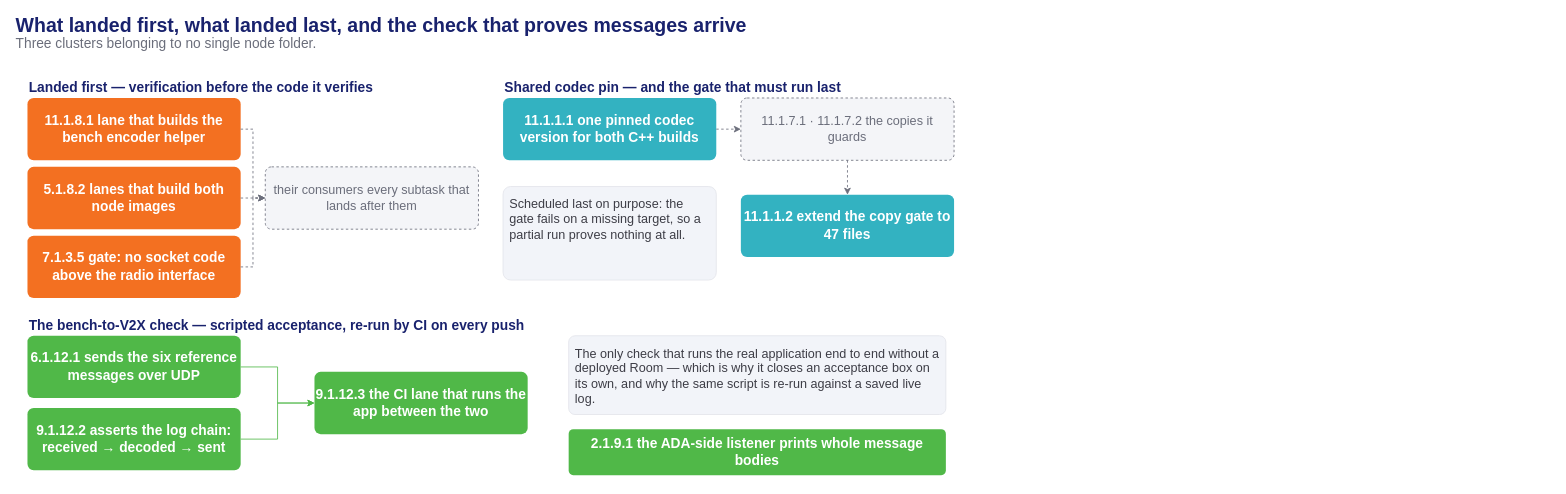
Earlier version of the draw.io diagram presentation/assets/phase1-exec-ci-and-checks.drawio (mnpham2101/FPT-Hackathon2026). Source tidied: cells renumbered, new cells numbered last; positions are measured from the earlier drawing's top-left corner, leaving out a move shared by most shapes. Both pictures are drawn from the tidied source at 82%, with x=0, y=0 at pixel (14, 17).
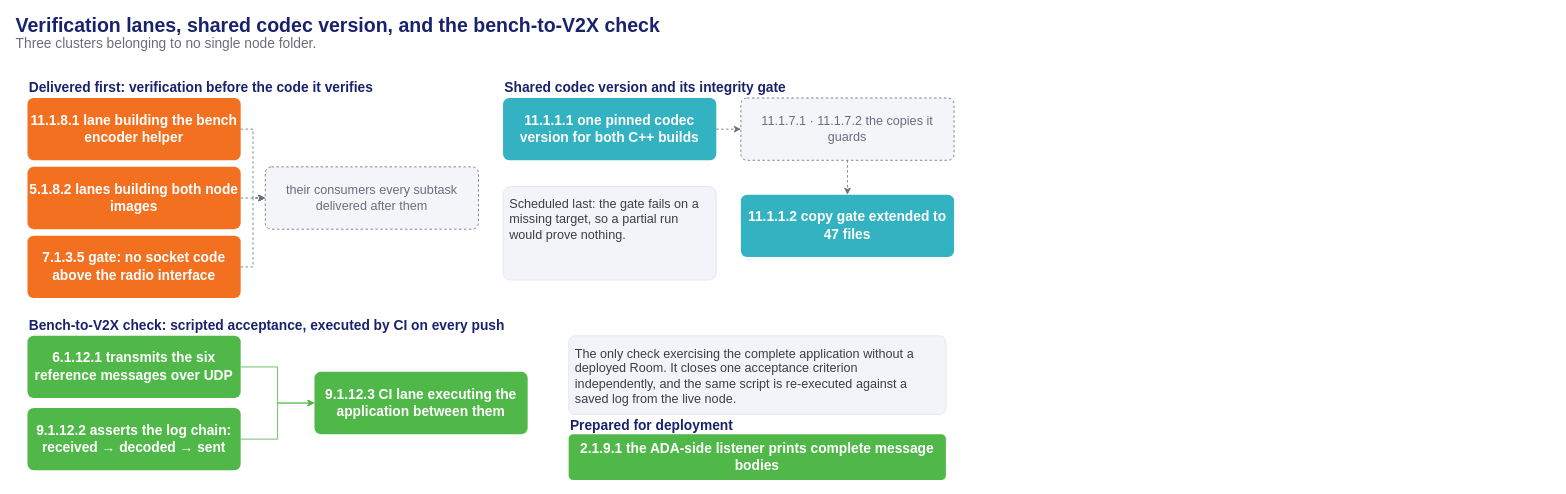
The same diagram, later.

Change to the diagram source:
```diff
@@
-    <mxCell id="2" value="What landed first, what landed last, and the check that proves messages arrive" style="text;html=1;align=left;verticalAlign=middle;fontSize=23.8;fontColor=#19226D;fontStyle=1;" parent="1" vertex="1">
+    <mxCell id="2" value="Verification lanes, shared codec version, and the bench-to-V2X check" style="text;html=1;align=left;verticalAlign=middle;fontSize=23.8;fontColor=#19226D;fontStyle=1;" parent="1" vertex="1">
       <mxGeometry width="1152" height="20" as="geometry" />
     </mxCell>
@@
-    <mxCell id="4" value="Landed first — verification before the code it verifies" style="text;html=1;align=left;verticalAlign=middle;fontSize=16.8;fontColor=#19226D;fontStyle=1;" parent="1" vertex="1">
+    <mxCell id="4" value="Delivered first: verification before the code it verifies" style="text;html=1;align=left;verticalAlign=middle;fontSize=16.8;fontColor=#19226D;fontStyle=1;" parent="1" vertex="1">
       <mxGeometry x="16" y="76" width="1200" height="20" as="geometry" />
     </mxCell>
-    <mxCell id="5" value="11.1.8.1 lane that builds the bench encoder helper" style="rounded=1;arcSize=10;html=1;fillColor=#F37021;strokeColor=none;fontColor=#ffffff;fontSize=16.8;fontStyle=1;whiteSpace=wrap;verticalAlign=middle;" parent="1" vertex="1">
+    <mxCell id="5" value="11.1.8.1 lane building the bench encoder helper" style="rounded=1;arcSize=10;html=1;fillColor=#F37021;strokeColor=none;fontColor=#ffffff;fontSize=16.8;fontStyle=1;whiteSpace=wrap;verticalAlign=middle;" parent="1" vertex="1">
       <mxGeometry x="16" y="98" width="260" height="76" as="geometry" />
     </mxCell>
-    <mxCell id="6" value="5.1.8.2 lanes that build both node images" style="rounded=1;arcSize=10;html=1;fillColor=#F37021;strokeColor=none;fontColor=#ffffff;fontSize=16.8;fontStyle=1;whiteSpace=wrap;verticalAlign=middle;" parent="1" vertex="1">
+    <mxCell id="6" value="5.1.8.2 lanes building both node images" style="rounded=1;arcSize=10;html=1;fillColor=#F37021;strokeColor=none;fontColor=#ffffff;fontSize=16.8;fontStyle=1;whiteSpace=wrap;verticalAlign=middle;" parent="1" vertex="1">
       <mxGeometry x="16" y="182" width="260" height="76" as="geometry" />
     </mxCell>
@@
-    <mxCell id="8" value="their consumers every subtask that lands after them" style="rounded=1;arcSize=10;html=1;fillColor=#f4f5f8;strokeColor=#6b6e7b;dashed=1;fontColor=#6b6e7b;fontSize=15.4;fontStyle=0;whiteSpace=wrap;verticalAlign=middle;" parent="1" vertex="1">
+    <mxCell id="8" value="their consumers every subtask delivered after them" style="rounded=1;arcSize=10;html=1;fillColor=#f4f5f8;strokeColor=#6b6e7b;dashed=1;fontColor=#6b6e7b;fontSize=15.4;fontStyle=0;whiteSpace=wrap;verticalAlign=middle;" parent="1" vertex="1">
       <mxGeometry x="306" y="182" width="260" height="76" as="geometry" />
     </mxCell>
@@
-    <mxCell id="12" value="Shared codec pin — and the gate that must run last" style="text;html=1;align=left;verticalAlign=middle;fontSize=16.8;fontColor=#19226D;fontStyle=1;" parent="1" vertex="1">
+    <mxCell id="12" value="Shared codec version and its integrity gate" style="text;html=1;align=left;verticalAlign=middle;fontSize=16.8;fontColor=#19226D;fontStyle=1;" parent="1" vertex="1">
       <mxGeometry x="596" y="76" width="1200" height="20" as="geometry" />
     </mxCell>
@@
-    <mxCell id="15" value="11.1.1.2 extend the copy gate to 47 files" style="rounded=1;arcSize=10;html=1;fillColor=#33B2C1;strokeColor=none;fontColor=#ffffff;fontSize=16.8;fontStyle=1;whiteSpace=wrap;verticalAlign=middle;" parent="1" vertex="1">
+    <mxCell id="15" value="11.1.1.2 copy gate extended to 47 files" style="rounded=1;arcSize=10;html=1;fillColor=#33B2C1;strokeColor=none;fontColor=#ffffff;fontSize=16.8;fontStyle=1;whiteSpace=wrap;verticalAlign=middle;" parent="1" vertex="1">
       <mxGeometry x="886" y="216" width="260" height="76" as="geometry" />
     </mxCell>
@@
-    <mxCell id="18" value="Scheduled last on purpose: the gate fails on a missing target, so a partial run proves nothing at all." style="rounded=1;arcSize=8;html=1;fillColor=#f2f4f9;strokeColor=#e3e5ea;fontColor=#3d3d46;fontSize=15.4;align=left;whiteSpace=wrap;verticalAlign=top;spacing=8;" parent="1" vertex="1">
+    <mxCell id="18" value="Scheduled last: the gate fails on a missing target, so a partial run would prove nothing." style="rounded=1;arcSize=8;html=1;fillColor=#f2f4f9;strokeColor=#e3e5ea;fontColor=#3d3d46;fontSize=15.4;align=left;whiteSpace=wrap;verticalAlign=top;spacing=8;" parent="1" vertex="1">
       <mxGeometry x="596" y="206" width="260" height="114" as="geometry" />
     </mxCell>
-    <mxCell id="19" value="The bench-to-V2X check — scripted acceptance, re-run by CI on every push" style="text;html=1;align=left;verticalAlign=middle;fontSize=16.8;fontColor=#19226D;fontStyle=1;" parent="1" vertex="1">
+    <mxCell id="19" value="Bench-to-V2X check: scripted acceptance, executed by CI on every push" style="text;html=1;align=left;verticalAlign=middle;fontSize=16.8;fontColor=#19226D;fontStyle=1;" parent="1" vertex="1">
       <mxGeometry x="16" y="366" width="1200" height="20" as="geometry" />
     </mxCell>
-    <mxCell id="20" value="6.1.12.1 sends the six reference messages over UDP" style="rounded=1;arcSize=10;html=1;fillColor=#50B848;strokeColor=none;fontColor=#ffffff;fontSize=16.8;fontStyle=1;whiteSpace=wrap;verticalAlign=middle;" parent="1" vertex="1">
+    <mxCell id="20" value="6.1.12.1 transmits the six reference messages over UDP" style="rounded=1;arcSize=10;html=1;fillColor=#50B848;strokeColor=none;fontColor=#ffffff;fontSize=16.8;fontStyle=1;whiteSpace=wrap;verticalAlign=middle;" parent="1" vertex="1">
       <mxGeometry x="16" y="388" width="260" height="76" as="geometry" />
     </mxCell>
@@
-    <mxCell id="22" value="9.1.12.3 the CI lane that runs the app between the two" style="rounded=1;arcSize=10;html=1;fillColor=#50B848;strokeColor=none;fontColor=#ffffff;fontSize=16.8;fontStyle=1;whiteSpace=wrap;verticalAlign=middle;" parent="1" vertex="1">
+    <mxCell id="22" value="9.1.12.3 CI lane executing the application between them" style="rounded=1;arcSize=10;html=1;fillColor=#50B848;strokeColor=none;fontColor=#ffffff;fontSize=16.8;fontStyle=1;whiteSpace=wrap;verticalAlign=middle;" parent="1" vertex="1">
       <mxGeometry x="366" y="432" width="260" height="76" as="geometry" />
     </mxCell>
@@
-    <mxCell id="25" value="The only check that runs the real application end to end without a deployed Room — which is why it closes an acceptance box on its own, and why the same script is re-run against a saved live log." style="rounded=1;arcSize=8;html=1;fillColor=#f2f4f9;strokeColor=#e3e5ea;fontColor=#3d3d46;fontSize=15.4;align=left;whiteSpace=wrap;verticalAlign=top;spacing=8;" parent="1" vertex="1">
+    <mxCell id="25" value="The only check exercising the complete application without a deployed Room. It closes one acceptance criterion independently, and the same script is re-executed against a saved log from the live node." style="rounded=1;arcSize=8;html=1;fillColor=#f2f4f9;strokeColor=#e3e5ea;fontColor=#3d3d46;fontSize=15.4;align=left;whiteSpace=wrap;verticalAlign=top;spacing=8;" parent="1" vertex="1">
       <mxGeometry x="676" y="388" width="460" height="96" as="geometry" />
     </mxCell>
+    <mxCell id="27" value="Prepared for deployment" style="text;html=1;align=left;verticalAlign=middle;fontSize=16.8;fontColor=#19226D;fontStyle=1;" parent="1" vertex="1">
+      <mxGeometry x="676" y="488" width="1200" height="20" as="geometry" />
+    </mxCell>
-    <mxCell id="26" value="2.1.9.1 the ADA-side listener prints whole message bodies" style="rounded=1;arcSize=10;html=1;fillColor=#50B848;strokeColor=none;fontColor=#ffffff;fontSize=16.8;fontStyle=1;whiteSpace=wrap;verticalAlign=middle;" parent="1" vertex="1">
-      <mxGeometry x="676" y="502" width="460" height="56" as="geometry" />
+    <mxCell id="26" value="2.1.9.1 the ADA-side listener prints complete message bodies" style="rounded=1;arcSize=10;html=1;fillColor=#50B848;strokeColor=none;fontColor=#ffffff;fontSize=16.8;fontStyle=1;whiteSpace=wrap;verticalAlign=middle;" parent="1" vertex="1">
+      <mxGeometry x="676" y="508" width="460" height="56" as="geometry" />
     </mxCell>
```
